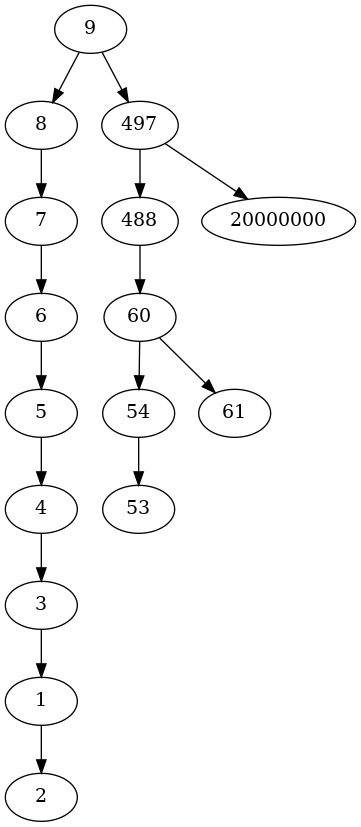
Above: lab_07/btree.png in sachatarba/bmstu_tads_labs (Graphviz), before the change. Its source is kept beside it as lab_07/btree.gv. Its diagram source:
```dot
digraph btree {
9 -> 8;
9 -> 497;
8 -> 7;
7 -> 6;
6 -> 5;
5 -> 4;
4 -> 3;
3 -> 1;
1 -> 2;
497 -> 488;
497 -> 20000000;
488 -> 60;
60 -> 54;
60 -> 61;
54 -> 53;
}
```
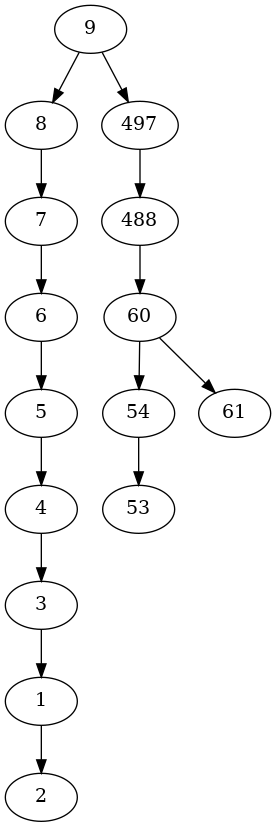
After the commit.

Change to the diagram source:
```diff
@@ -9,7 +9,6 @@
 3 -> 1;
 1 -> 2;
 497 -> 488;
-497 -> 20000000;
 488 -> 60;
 60 -> 54;
 60 -> 61;
```
